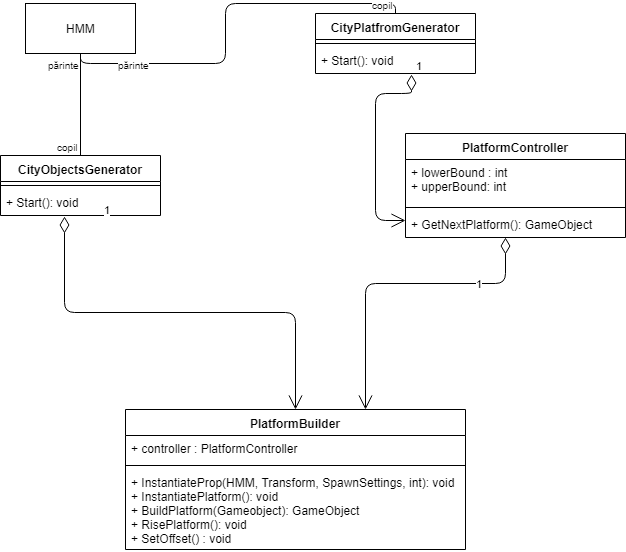
This is images/Full.png from loghinalexandru/Licenta, a draw.io export, as it was before one commit. Source tidied: cells renumbered, new cells last; positions are measured from the earlier drawing's top-left corner, leaving out a move shared by most shapes.
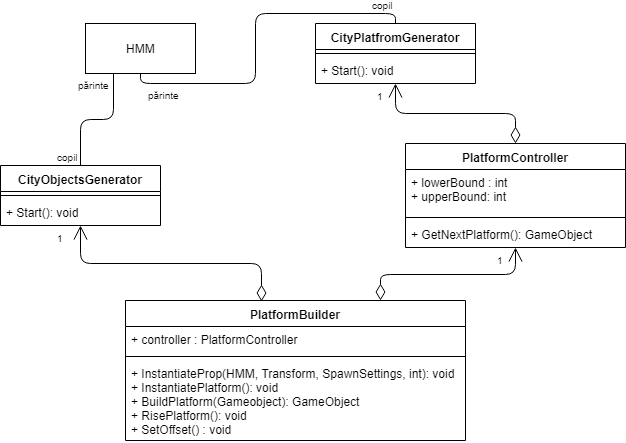
The same diagram one commit later.

Diff of the diagram source:
```diff
@@ -12,18 +12,27 @@
       <mxGeometry y="34" width="160" height="26" as="geometry" />
     </mxCell>
     <mxCell id="5" value="HMM&lt;br&gt;" style="html=1;" parent="1" vertex="1">
-      <mxGeometry x="25" width="110" height="50" as="geometry" />
+      <mxGeometry x="85" y="10" width="110" height="50" as="geometry" />
     </mxCell>
     <mxCell id="6" style="endArrow=none;html=1;edgeStyle=orthogonalEdgeStyle;exitX=0.5;exitY=1;exitDx=0;exitDy=0;entryX=0.5;entryY=0;entryDx=0;entryDy=0;" parent="1" edge="1" source="5" target="2">
-      <mxGeometry relative="1" as="geometry" />
+      <mxGeometry relative="1" as="geometry">
+        <Array as="points">
+          <mxPoint x="140" y="70" />
+          <mxPoint x="255" y="70" />
+          <mxPoint x="255" />
+          <mxPoint x="395" />
+        </Array>
+      </mxGeometry>
     </mxCell>
     <mxCell id="7" value="părinte" style="html=1;align=left;verticalAlign=bottom;labelBackgroundColor=#ffffff;fontSize=10;" parent="6" vertex="1">
       <mxGeometry x="-1" relative="1" as="geometry">
-        <mxPoint x="-35" y="20" as="offset" />
+        <mxPoint x="-65" y="20" as="offset" />
       </mxGeometry>
     </mxCell>
     <mxCell id="8" value="copil" style="html=1;align=right;verticalAlign=bottom;labelBackgroundColor=#ffffff;fontSize=10;" parent="6" vertex="1">
-      <mxGeometry x="1" relative="1" as="geometry" />
+      <mxGeometry x="1" relative="1" as="geometry">
+        <mxPoint y="-10" as="offset" />
+      </mxGeometry>
     </mxCell>
     <mxCell id="9" value="PlatformController&#10;&#10;" style="swimlane;fontStyle=1;align=center;verticalAlign=top;horizontal=1;startSize=26;" parent="1" vertex="1">
       <mxGeometry x="405" y="130" width="220" height="104" as="geometry" />
@@ -38,7 +47,7 @@
       <mxGeometry y="78" width="220" height="26" as="geometry" />
     </mxCell>
     <mxCell id="13" value="PlatformBuilder&#10;" style="swimlane;fontStyle=1;align=center;verticalAlign=top;horizontal=1;startSize=26;" parent="1" vertex="1">
-      <mxGeometry x="125" y="406" width="340" height="140" as="geometry" />
+      <mxGeometry x="125" y="287" width="340" height="140" as="geometry" />
     </mxCell>
     <mxCell id="14" value="+ controller : PlatformController" style="text;strokeColor=none;fillColor=none;align=left;verticalAlign=top;spacingLeft=4;spacingRight=4;overflow=hidden;" parent="13" vertex="1">
       <mxGeometry y="26" width="340" height="26" as="geometry" />
@@ -49,15 +58,6 @@
     <mxCell id="16" value="+ InstantiateProp(HMM, Transform, SpawnSettings, int): void&#10;+ InstantiatePlatform(): void&#10;+ BuildPlatform(Gameobject): GameObject&#10;+ RisePlatform(): void&#10;+ SetOffset() : void&#10;" style="text;strokeColor=none;fillColor=none;align=left;verticalAlign=top;spacingLeft=4;spacingRight=4;overflow=hidden;" parent="13" vertex="1">
       <mxGeometry y="60" width="340" height="80" as="geometry" />
     </mxCell>
-    <mxCell id="17" value="1" style="endArrow=open;html=1;endSize=12;startArrow=diamondThin;startSize=14;startFill=0;edgeStyle=orthogonalEdgeStyle;align=left;verticalAlign=bottom;exitX=0.6;exitY=1.038;exitDx=0;exitDy=0;exitPerimeter=0;" parent="1" edge="1" source="4" target="9">
-      <mxGeometry x="-1" y="3" relative="1" as="geometry">
-        <Array as="points">
-          <mxPoint x="411" y="90" />
-          <mxPoint x="375" y="90" />
-          <mxPoint x="375" y="217" />
-        </Array>
-      </mxGeometry>
-    </mxCell>
     <mxCell id="18" value="CityObjectsGenerator" style="swimlane;fontStyle=1;align=center;verticalAlign=top;horizontal=1;startSize=26;" parent="1" vertex="1">
       <mxGeometry y="152" width="160" height="60" as="geometry" />
     </mxCell>
@@ -67,28 +67,49 @@
     <mxCell id="20" value="+ Start(): void" style="text;strokeColor=none;fillColor=none;align=left;verticalAlign=top;spacingLeft=4;spacingRight=4;overflow=hidden;points=[[0,0.5],[1,0.5]];portConstraint=eastwest;" parent="18" vertex="1">
       <mxGeometry y="34" width="160" height="26" as="geometry" />
     </mxCell>
-    <mxCell id="21" style="endArrow=none;html=1;edgeStyle=orthogonalEdgeStyle;" parent="1" edge="1" source="5" target="18">
+    <mxCell id="21" style="endArrow=none;html=1;edgeStyle=orthogonalEdgeStyle;exitX=0.25;exitY=1;exitDx=0;exitDy=0;" parent="1" edge="1" source="5" target="18">
       <mxGeometry relative="1" as="geometry" />
     </mxCell>
     <mxCell id="22" value="părinte" style="html=1;align=left;verticalAlign=bottom;labelBackgroundColor=#ffffff;fontSize=10;" parent="21" vertex="1">
       <mxGeometry x="-1" relative="1" as="geometry">
-        <mxPoint x="35" y="20" as="offset" />
+        <mxPoint x="32" y="30" as="offset" />
       </mxGeometry>
     </mxCell>
     <mxCell id="23" value="copil&lt;br&gt;" style="html=1;align=right;verticalAlign=bottom;labelBackgroundColor=#ffffff;fontSize=10;" parent="21" vertex="1">
       <mxGeometry x="1" relative="1" as="geometry" />
     </mxCell>
-    <mxCell id="24" value="1" style="endArrow=open;html=1;endSize=12;startArrow=diamondThin;startSize=14;startFill=0;edgeStyle=orthogonalEdgeStyle;align=left;verticalAlign=bottom;exitX=0.4;exitY=1.038;exitDx=0;exitDy=0;exitPerimeter=0;" parent="1" edge="1" source="20" target="13">
-      <mxGeometry x="-0.37" y="94" relative="1" as="geometry" />
-    </mxCell>
-    <mxCell id="25" value="1" style="endArrow=open;html=1;endSize=12;startArrow=diamondThin;startSize=14;startFill=0;edgeStyle=orthogonalEdgeStyle;align=left;verticalAlign=bottom;" parent="1" edge="1" source="9" target="13">
-      <mxGeometry x="-0.9" y="-21" relative="1" as="geometry">
-        <Array as="points">
-          <mxPoint x="505" y="280" />
-          <mxPoint x="365" y="280" />
-        </Array>
-        <mxPoint x="-10" y="39" as="offset" />
-      </mxGeometry>
-    </mxCell>
+    <mxCell id="26" style="endArrow=open;html=1;endSize=12;startArrow=diamondThin;startSize=14;startFill=0;edgeStyle=orthogonalEdgeStyle;exitX=0.4;exitY=0.007;exitDx=0;exitDy=0;exitPerimeter=0;" parent="1" edge="1" source="13" target="18">
+      <mxGeometry x="0.12" y="-30" relative="1" as="geometry" />
+    </mxCell>
+    <mxCell id="27" style="html=1;align=left;verticalAlign=top;labelBackgroundColor=#ffffff;fontSize=10;" parent="26" vertex="1">
+      <mxGeometry x="-1" relative="1" as="geometry" />
+    </mxCell>
+    <mxCell id="28" value="1" style="html=1;align=right;verticalAlign=top;labelBackgroundColor=#ffffff;fontSize=10;" parent="26" vertex="1">
+      <mxGeometry x="1" relative="1" as="geometry">
+        <mxPoint x="-15" as="offset" />
+      </mxGeometry>
+    </mxCell>
+    <mxCell id="29" style="endArrow=open;html=1;endSize=12;startArrow=diamondThin;startSize=14;startFill=0;edgeStyle=orthogonalEdgeStyle;exitX=0.75;exitY=0;exitDx=0;exitDy=0;" parent="1" edge="1" source="13" target="9">
+      <mxGeometry x="0.12" y="-30" relative="1" as="geometry" />
+    </mxCell>
+    <mxCell id="30" style="html=1;align=left;verticalAlign=top;labelBackgroundColor=#ffffff;fontSize=10;" parent="29" vertex="1">
+      <mxGeometry x="-1" relative="1" as="geometry" />
+    </mxCell>
+    <mxCell id="31" value="1" style="html=1;align=right;verticalAlign=top;labelBackgroundColor=#ffffff;fontSize=10;" parent="29" vertex="1">
+      <mxGeometry x="1" relative="1" as="geometry">
+        <mxPoint x="-10" as="offset" />
+      </mxGeometry>
+    </mxCell>
+    <mxCell id="32" style="endArrow=open;html=1;endSize=12;startArrow=diamondThin;startSize=14;startFill=0;edgeStyle=orthogonalEdgeStyle;exitX=0.5;exitY=0;exitDx=0;exitDy=0;" parent="1" edge="1" source="9" target="2">
+      <mxGeometry x="0.12" y="-30" relative="1" as="geometry" />
+    </mxCell>
+    <mxCell id="33" style="html=1;align=left;verticalAlign=top;labelBackgroundColor=#ffffff;fontSize=10;" parent="32" vertex="1">
+      <mxGeometry x="-1" relative="1" as="geometry" />
+    </mxCell>
+    <mxCell id="34" value="1" style="html=1;align=right;verticalAlign=top;labelBackgroundColor=#ffffff;fontSize=10;" parent="32" vertex="1">
+      <mxGeometry x="1" relative="1" as="geometry">
+        <mxPoint x="-10" as="offset" />
+      </mxGeometry>
+    </mxCell>
   </root>
 </mxGraphModel>
```
